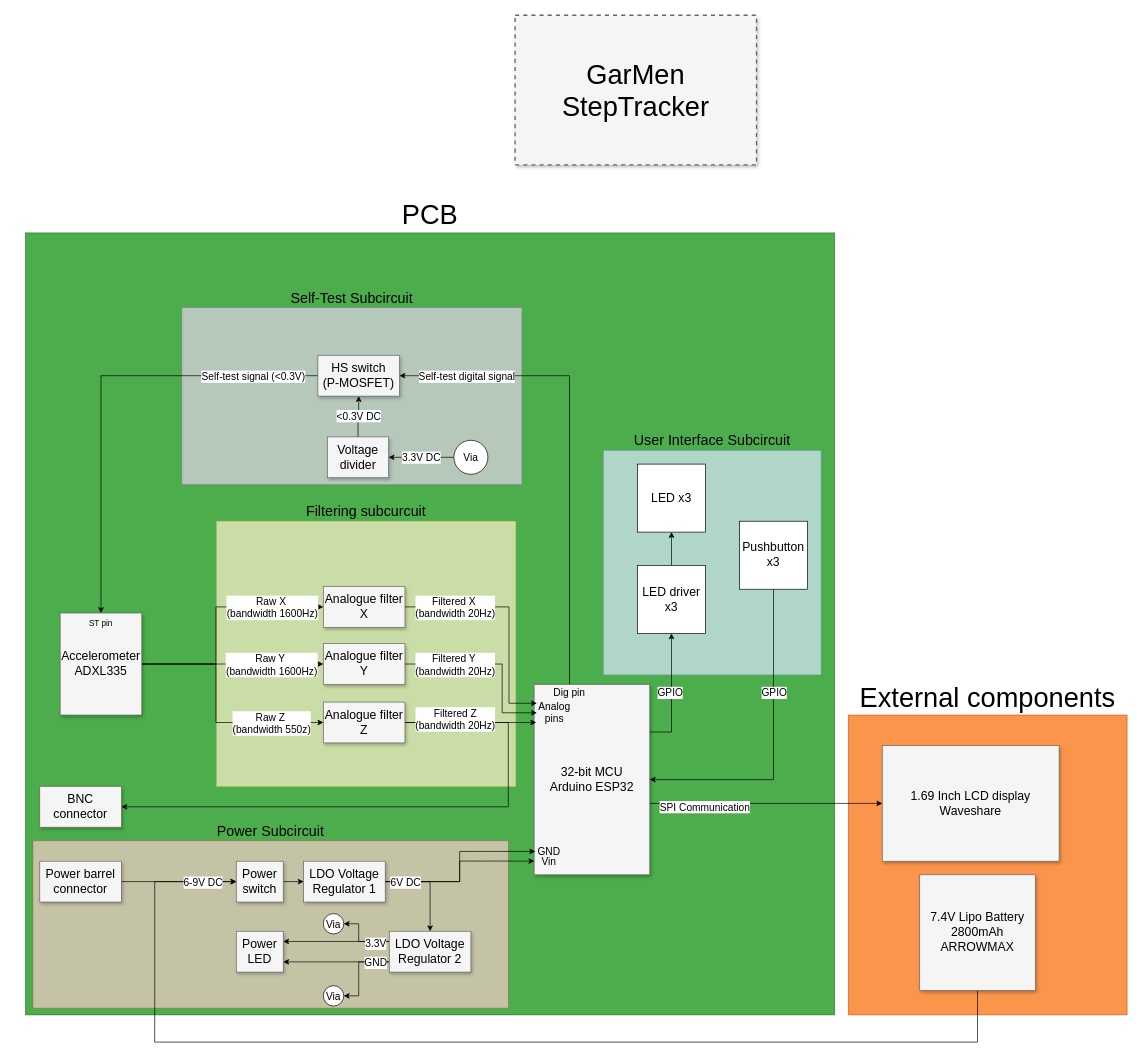
Before: Schematics/GarMen Block Diagram.drawio in LazarevMike/GarMen_StepTracker, a draw.io diagram. Source tidied: cells renumbered, new cells numbered last; positions are measured from the earlier drawing's top-left corner, leaving out a move shared by most shapes. Both pictures are drawn from the tidied source at 68%, with x=0, y=0 at pixel (25, 15).
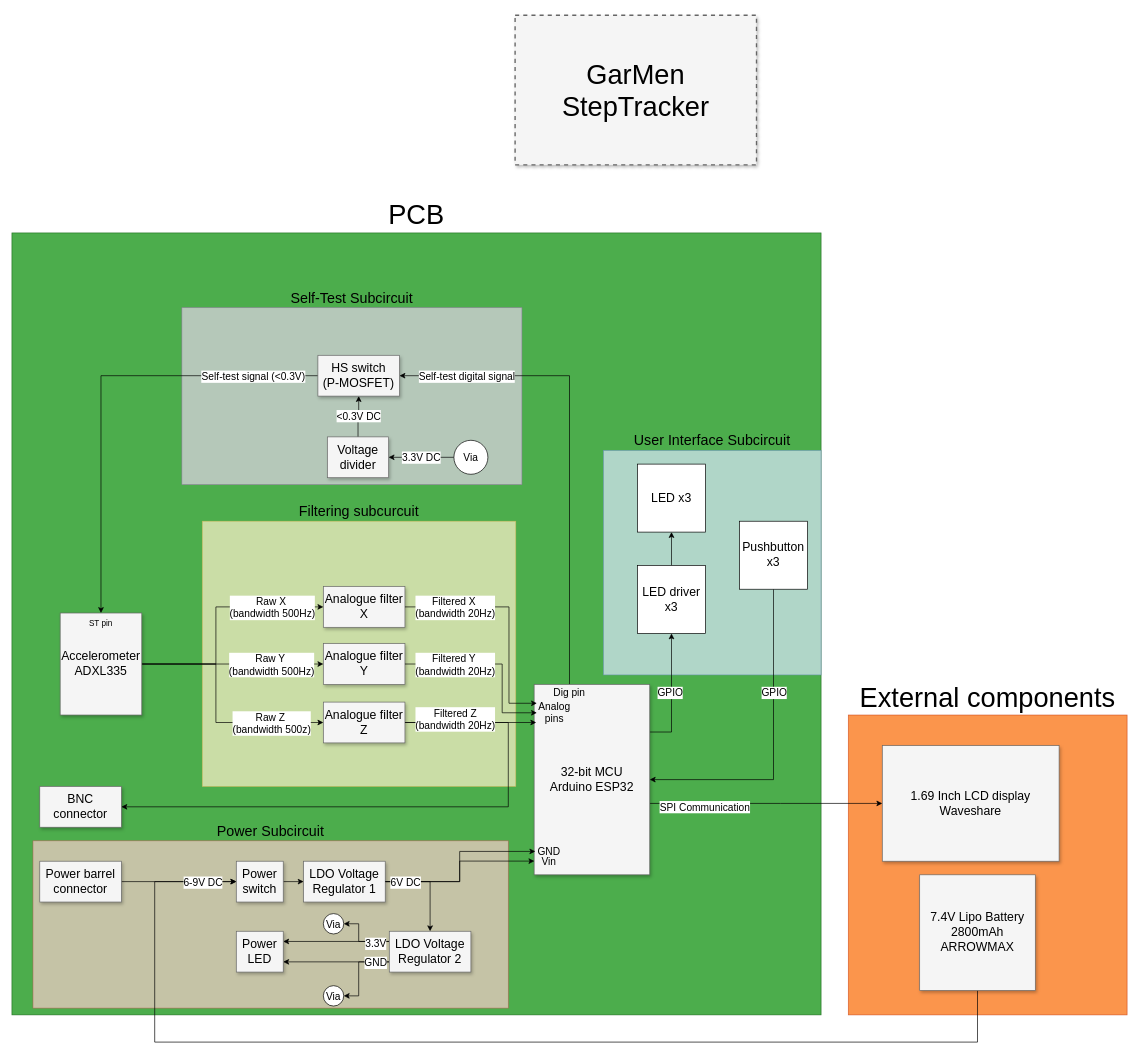
The same page after the edit.

Commit message (it also covers changes not shown here):
Corrected diagram

The change refers to these unchanged cells:
```xml
<mxCell id="16" style="edgeStyle=orthogonalEdgeStyle;rounded=0;jettySize=auto;html=1;entryX=0;entryY=0.5;entryDx=0;entryDy=0;" parent="1" edge="1" source="20" target="21">
  <mxGeometry relative="1" as="geometry">
    <Array as="points">
      <mxPoint x="280" y="954" />
      <mxPoint x="280" y="870" />
    </Array>
  </mxGeometry>
</mxCell>
```

Diff of the diagram source:
```diff
@@
     <mxCell id="3" value="&lt;span&gt;PCB&lt;/span&gt;" style="rounded=0;whiteSpace=wrap;html=1;fillColor=#008a00;strokeColor=#005700;opacity=70;labelPosition=center;verticalLabelPosition=top;align=center;verticalAlign=bottom;fontSize=40;fontColor=light-dark(#000000, #121212);" parent="1" vertex="1">
-      <mxGeometry y="320" width="1190" height="1150" as="geometry" />
+      <mxGeometry x="-20" y="320" width="1190" height="1150" as="geometry" />
     </mxCell>
@@
     <mxCell id="7" value="&lt;font style=&quot;font-size: 21px;&quot;&gt;Filtering subcurcuit&lt;/font&gt;" style="rounded=0;whiteSpace=wrap;html=1;fillColor=#fff2cc;opacity=70;strokeColor=#d6b656;labelPosition=center;verticalLabelPosition=top;align=center;verticalAlign=bottom;" parent="1" vertex="1">
-      <mxGeometry x="281" y="744" width="440" height="390" as="geometry" />
+      <mxGeometry x="260" y="744" width="461" height="390" as="geometry" />
     </mxCell>
@@
-    <mxCell id="17" value="Raw X&amp;nbsp;&lt;div&gt;(bandwidth 1600Hz)&lt;/div&gt;" style="edgeLabel;html=1;align=center;verticalAlign=middle;fontSize=15;" parent="16" vertex="1">
+    <mxCell id="17" value="Raw X&amp;nbsp;&lt;div&gt;(bandwidth 500Hz)&lt;/div&gt;" style="edgeLabel;html=1;align=center;verticalAlign=middle;fontSize=15;" parent="16" vertex="1">
       <mxGeometry x="0.67" y="3" relative="1" as="geometry">
         <mxPoint x="-18" y="3" as="offset" />
       </mxGeometry>
     </mxCell>
@@
-    <mxCell id="25" value="Raw Y&amp;nbsp;&lt;div&gt;(bandwidth 1600Hz)&lt;/div&gt;" style="edgeLabel;html=1;align=center;verticalAlign=middle;fontSize=15;" parent="1" vertex="1">
+    <mxCell id="25" value="Raw Y&amp;nbsp;&lt;div&gt;(bandwidth 500Hz)&lt;/div&gt;" style="edgeLabel;html=1;align=center;verticalAlign=middle;fontSize=15;" parent="1" vertex="1">
       <mxGeometry x="361" y="954" as="geometry" />
     </mxCell>
-    <mxCell id="26" value="Raw Z&amp;nbsp;&lt;div&gt;(bandwidth 550z)&lt;/div&gt;" style="edgeLabel;html=1;align=center;verticalAlign=middle;rotation=0;fontSize=15;" parent="1" vertex="1">
+    <mxCell id="26" value="Raw Z&amp;nbsp;&lt;div&gt;(bandwidth 500z)&lt;/div&gt;" style="edgeLabel;html=1;align=center;verticalAlign=middle;rotation=0;fontSize=15;" parent="1" vertex="1">
       <mxGeometry x="361" y="1040" as="geometry" />
     </mxCell>
```
